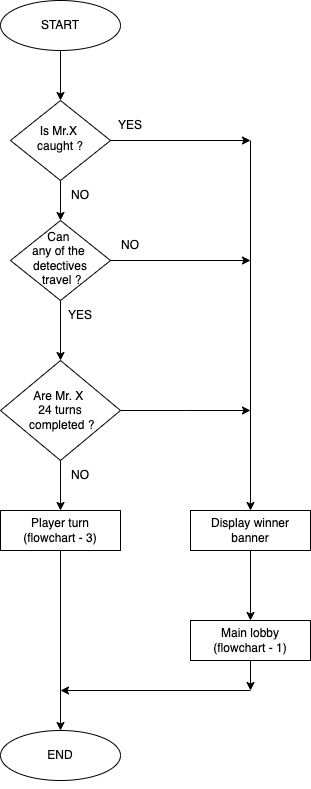
Before: game-over.drawio.png, a diagram exported from draw.io (garimiddisuman/project). Source tidied: cells renumbered, new cells last; positions are measured from the earlier drawing's top-left corner, leaving out a move shared by most shapes.
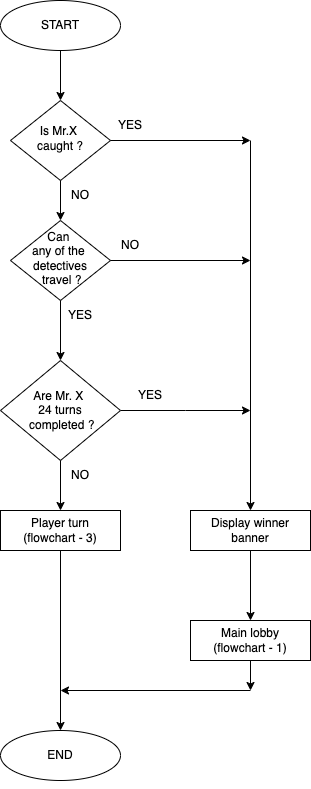
After the commit.

What changed in the source:
```diff
@@ -110,5 +110,8 @@
     <mxCell id="27" value="NO" style="text;html=1;align=center;verticalAlign=middle;whiteSpace=wrap;rounded=0;" parent="1" vertex="1">
       <mxGeometry x="100" y="230" width="60" height="30" as="geometry" />
     </mxCell>
+    <mxCell id="28" value="YES" style="text;html=1;align=center;verticalAlign=middle;whiteSpace=wrap;rounded=0;" parent="1" vertex="1">
+      <mxGeometry x="120" y="380" width="60" height="30" as="geometry" />
+    </mxCell>
   </root>
 </mxGraphModel>
```
